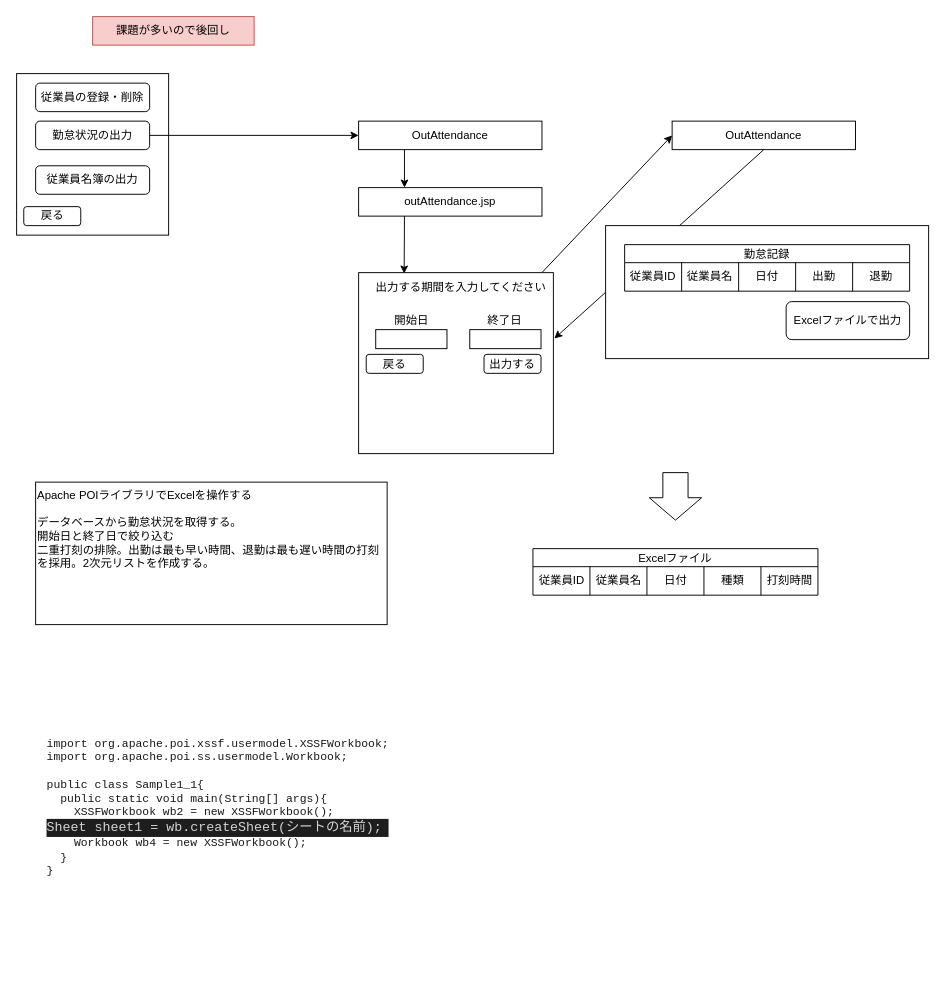
Above: page "Excel出力機能" (9 of 10) of ドキュメント/制作物案.drawio in Kura-Hiroshi/Attendance_webapp (draw.io), before the change. Source tidied: cells renumbered, new cells numbered last; positions are measured from the earlier drawing's top-left corner, leaving out a move shared by most shapes. Both pictures are drawn from the tidied source at 95%, with x=0, y=0 at pixel (16, 16).
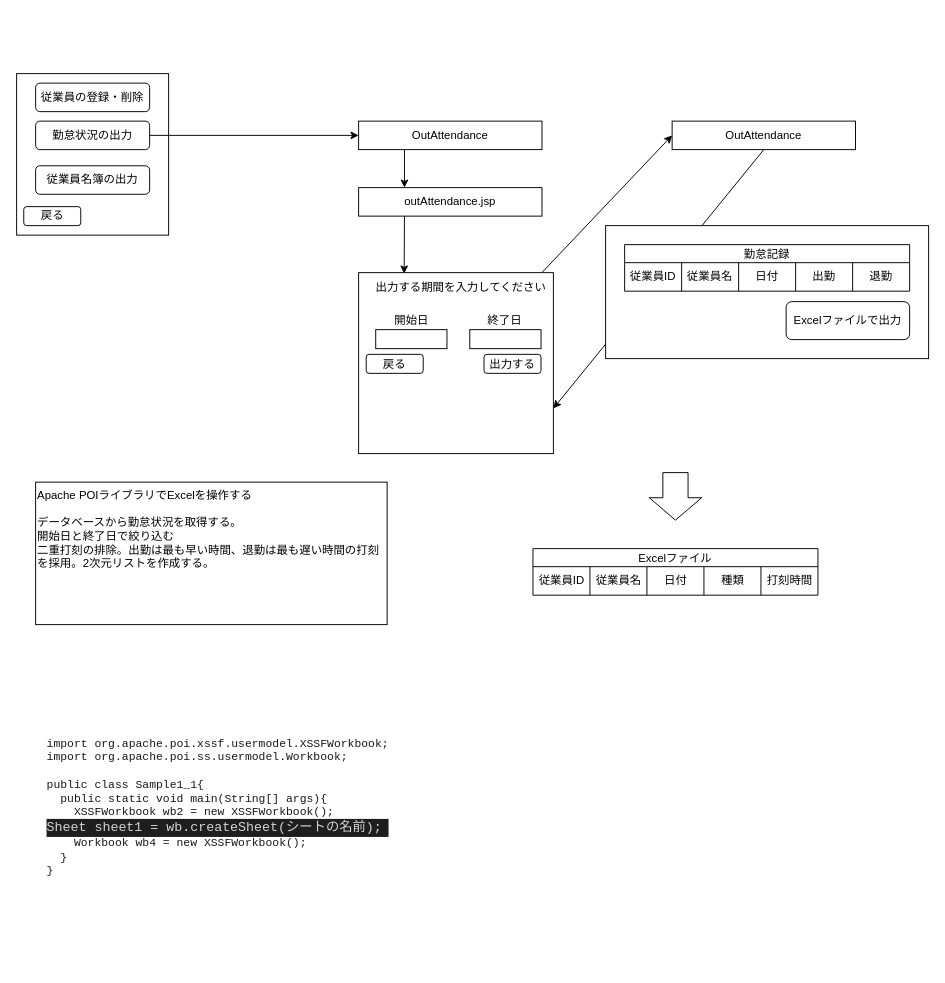
After the change.

Unchanged cells that the change refers to:
```xml
<mxCell id="26" value="OutAttendance" style="rounded=0;whiteSpace=wrap;html=1;" parent="1" vertex="1">
  <mxGeometry x="690" y="110" width="193" height="30" as="geometry" />
</mxCell>
<mxCell id="27" style="rounded=0;whiteSpace=wrap;html=1;" parent="1" vertex="1">
  <mxGeometry x="360" y="269.5" width="205" height="190.5" as="geometry" />
</mxCell>
```

What changed in the source:
```diff
@@
-    <mxCell id="22" value="課題が多いので後回し" style="text;html=1;align=center;verticalAlign=middle;whiteSpace=wrap;rounded=0;fillColor=#f8cecc;strokeColor=#b85450;" parent="1" vertex="1">
-      <mxGeometry x="80" width="170" height="30" as="geometry" />
-    </mxCell>
@@
-    <mxCell id="25" style="edgeStyle=none;html=1;exitX=0.5;exitY=1;exitDx=0;exitDy=0;entryX=1.005;entryY=0.364;entryDx=0;entryDy=0;entryPerimeter=0;" parent="1" edge="1" source="26" target="27">
+    <mxCell id="25" style="edgeStyle=none;html=1;exitX=0.5;exitY=1;exitDx=0;exitDy=0;entryX=1;entryY=0.75;entryDx=0;entryDy=0;" parent="1" edge="1" source="26" target="27">
       <mxGeometry relative="1" as="geometry" />
     </mxCell>
```
